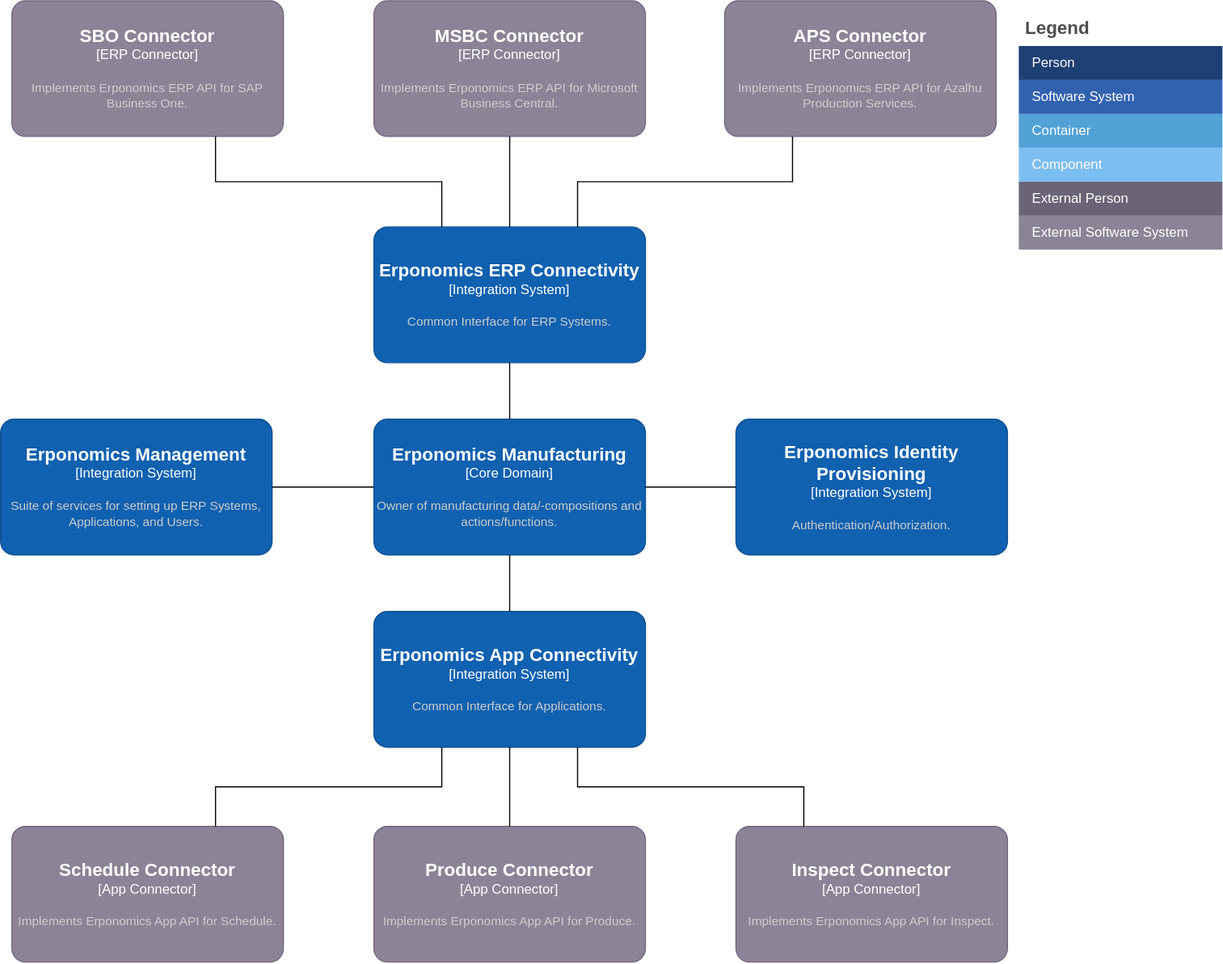
azalhu/erponomics keeps this draw.io diagram as diagrams/erponomics-architecture.drawio.svg. Above is the earlier version. Source tidied: cells renumbered, new cells last; positions are measured from the earlier drawing's top-left corner, leaving out a move shared by most shapes.
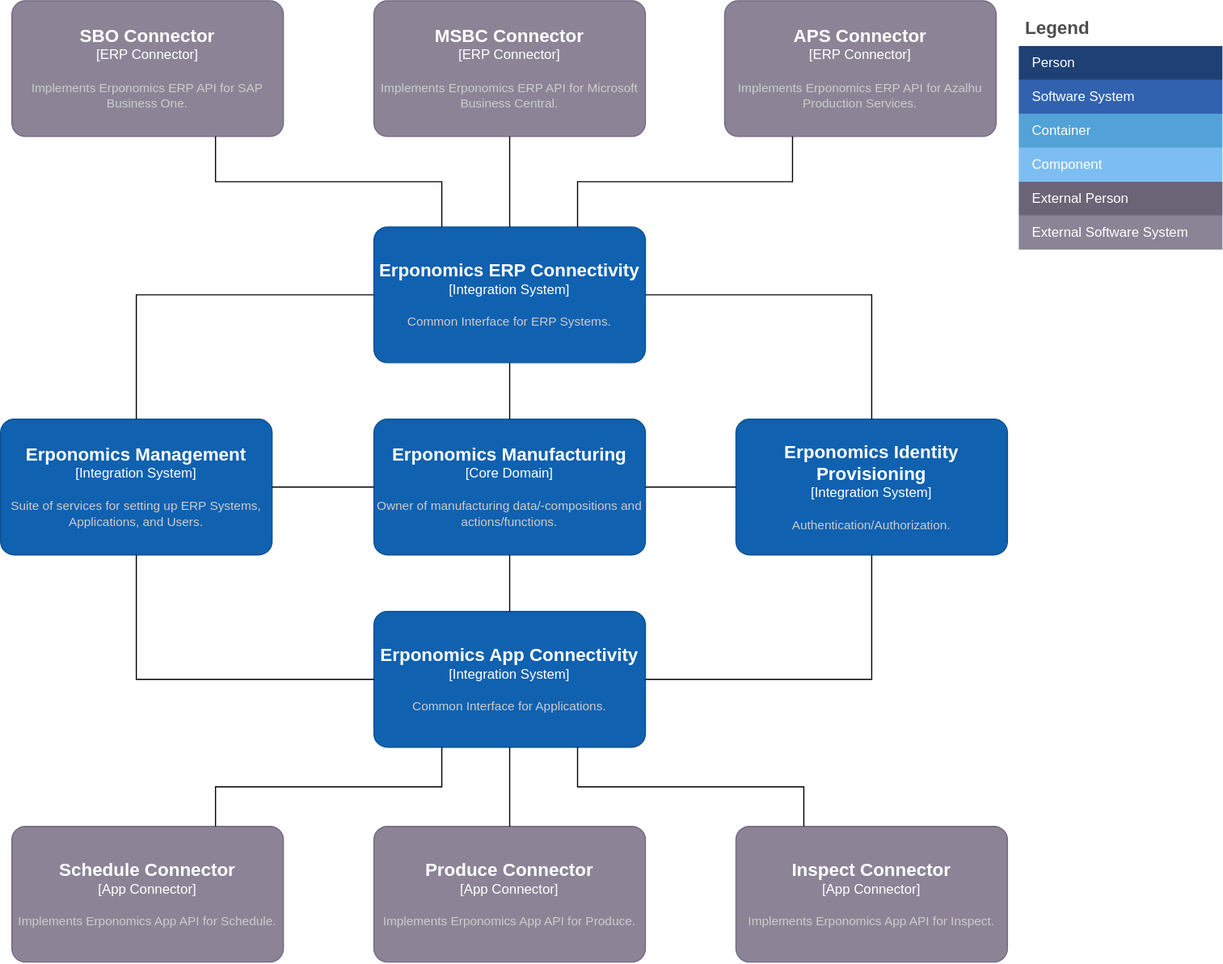
The same file after the commit.

Diff of the diagram source:
```diff
@@ -126,5 +126,17 @@
     <mxCell id="35" style="edgeStyle=orthogonalEdgeStyle;rounded=0;jettySize=auto;html=1;exitX=0;exitY=0.5;exitDx=0;exitDy=0;exitPerimeter=0;entryX=1;entryY=0.5;entryDx=0;entryDy=0;entryPerimeter=0;endArrow=none;endFill=0;" parent="1" edge="1" source="15" target="18">
       <mxGeometry relative="1" as="geometry" />
     </mxCell>
+    <mxCell id="36" style="edgeStyle=orthogonalEdgeStyle;rounded=0;jettySize=auto;html=1;exitX=0;exitY=0.5;exitDx=0;exitDy=0;exitPerimeter=0;entryX=0.5;entryY=0;entryDx=0;entryDy=0;entryPerimeter=0;endArrow=none;endFill=0;" parent="1" edge="1" source="16" target="18">
+      <mxGeometry relative="1" as="geometry" />
+    </mxCell>
+    <mxCell id="37" style="edgeStyle=orthogonalEdgeStyle;rounded=0;jettySize=auto;html=1;exitX=1;exitY=0.5;exitDx=0;exitDy=0;exitPerimeter=0;entryX=0.5;entryY=0;entryDx=0;entryDy=0;entryPerimeter=0;endArrow=none;endFill=0;" parent="1" edge="1" source="16" target="19">
+      <mxGeometry relative="1" as="geometry" />
+    </mxCell>
+    <mxCell id="38" style="edgeStyle=orthogonalEdgeStyle;rounded=0;jettySize=auto;html=1;exitX=0;exitY=0.5;exitDx=0;exitDy=0;exitPerimeter=0;entryX=0.5;entryY=1;entryDx=0;entryDy=0;entryPerimeter=0;endArrow=none;endFill=0;" parent="1" edge="1" source="17" target="18">
+      <mxGeometry relative="1" as="geometry" />
+    </mxCell>
+    <mxCell id="39" style="edgeStyle=orthogonalEdgeStyle;rounded=0;jettySize=auto;html=1;exitX=1;exitY=0.5;exitDx=0;exitDy=0;exitPerimeter=0;entryX=0.5;entryY=1;entryDx=0;entryDy=0;entryPerimeter=0;endArrow=none;endFill=0;" parent="1" edge="1" source="17" target="19">
+      <mxGeometry relative="1" as="geometry" />
+    </mxCell>
   </root>
 </mxGraphModel>
```
